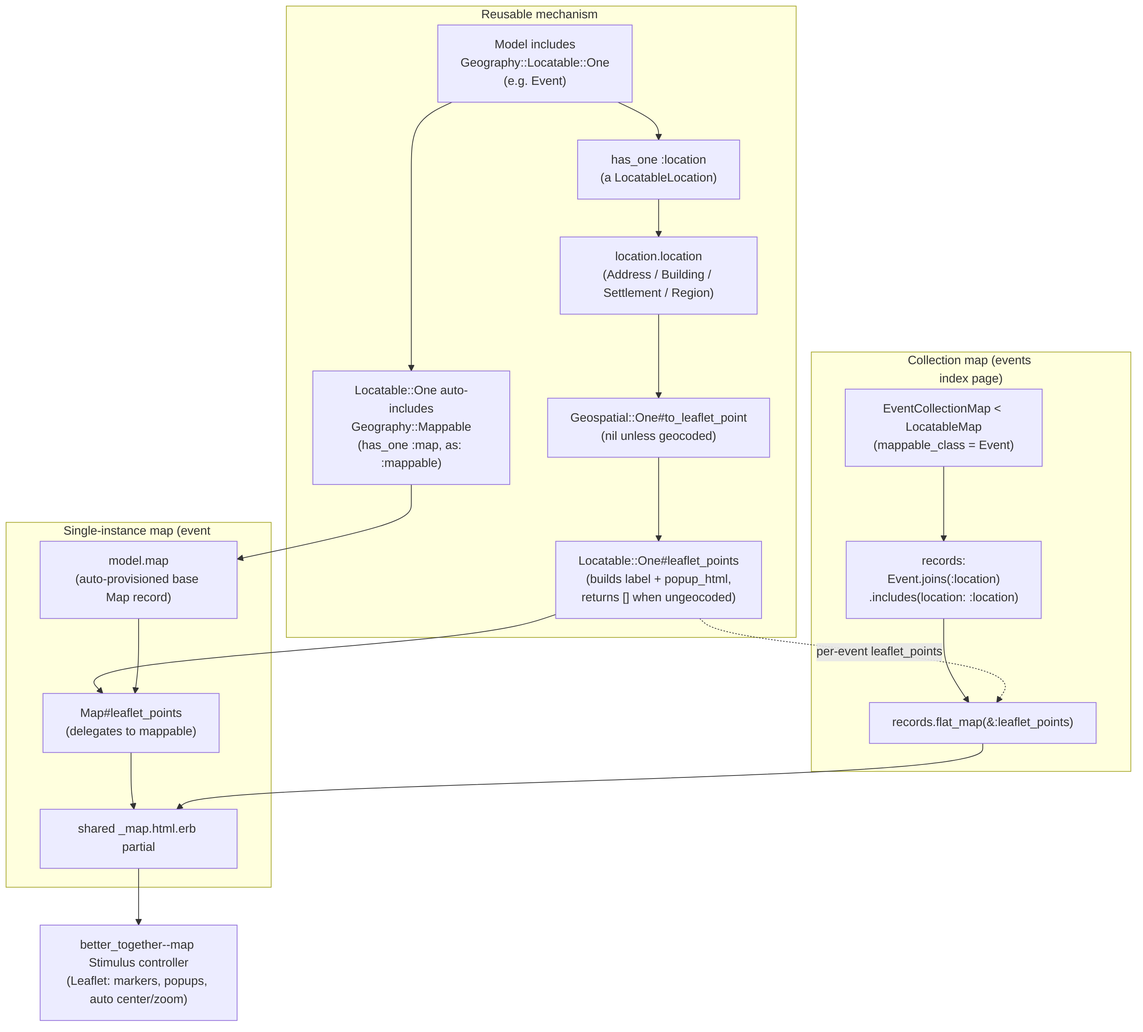
Earlier version of the Mermaid export docs/diagrams/exports/png/locatable_map_rendering_flow.png (better-together-org/community-engine-rails). Its source is kept beside it as docs/diagrams/source/locatable_map_rendering_flow.mmd.
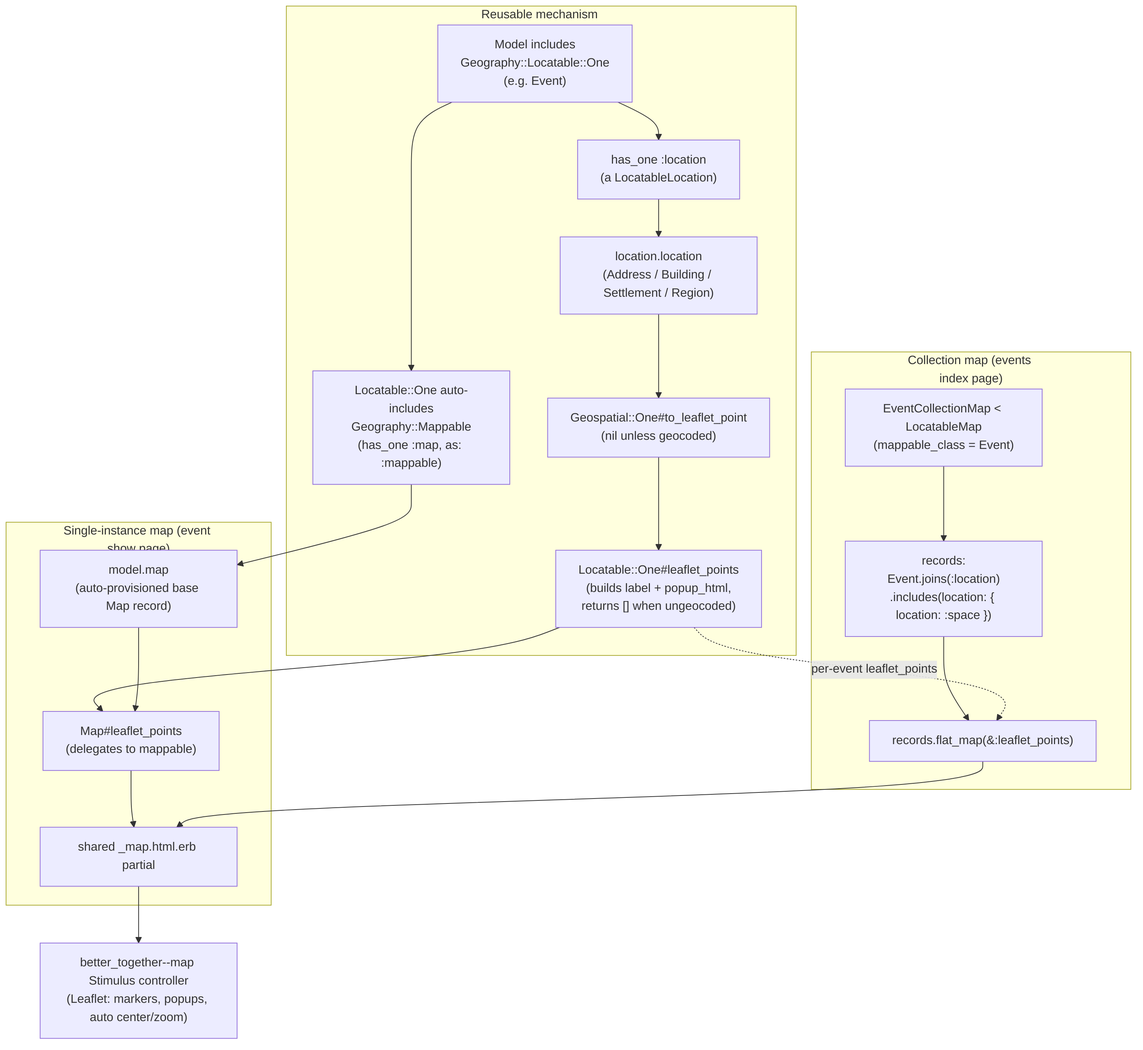
After the commit.

The edit, as a diff of the source:
```diff
@@ -18,7 +18,7 @@
 
   subgraph Collection["Collection map (events index page)"]
     direction TB
-    J["EventCollectionMap < LocatableMap\n(mappable_class = Event)"] --> K["records:\nEvent.joins(:location)\n.includes(location: :location)"]
+    J["EventCollectionMap < LocatableMap\n(mappable_class = Event)"] --> K["records:\nEvent.joins(:location)\n.includes(location: { location: :space })"]
     K --> L["records.flat_map(&:leaflet_points)"]
     F -.->|"per-event leaflet_points"| L
     L --> I
```
